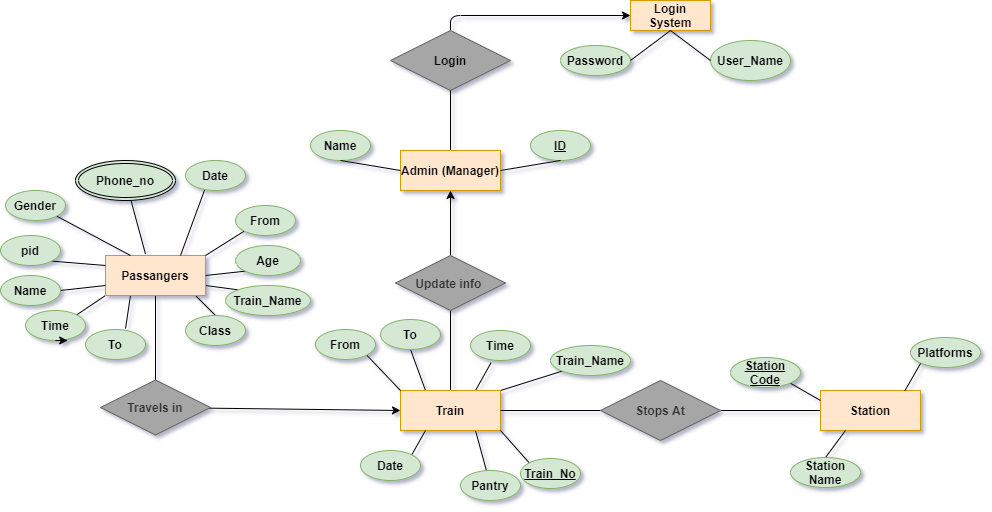
Before: ERdbmsFinal.png, a diagram exported from draw.io (gameboy-stack/TTreserv). Source tidied: cells renumbered, new cells last; positions are measured from the earlier drawing's top-left corner, leaving out a move shared by most shapes.
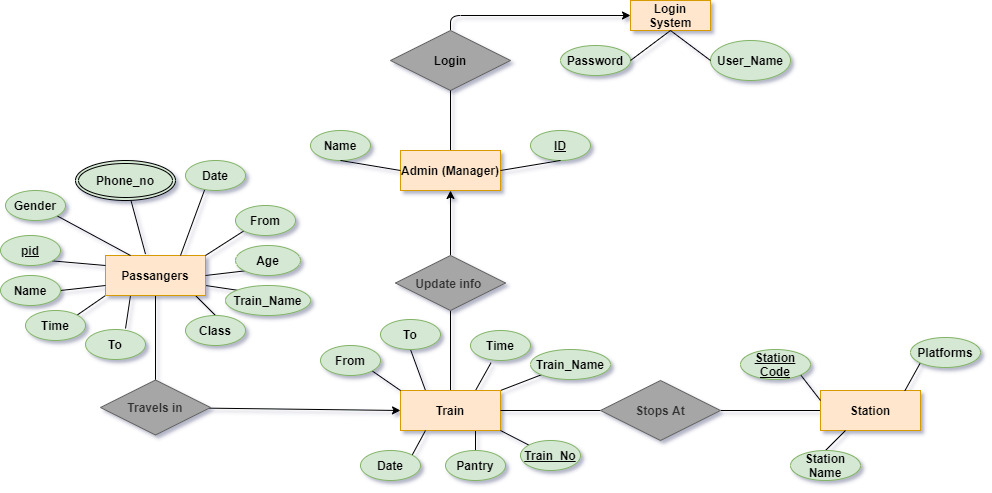
The same file after the commit.

Change to the diagram source:
```diff
@@ -131,7 +131,7 @@
       <mxGeometry relative="1" as="geometry" />
     </mxCell>
     <mxCell id="41" value="&lt;b&gt;From&lt;/b&gt;" style="ellipse;whiteSpace=wrap;html=1;align=center;strokeColor=#82b366;fillColor=#d5e8d4;" parent="1" vertex="1">
-      <mxGeometry x="315" y="329" width="60" height="30" as="geometry" />
+      <mxGeometry x="320" y="345" width="60" height="30" as="geometry" />
     </mxCell>
     <mxCell id="42" style="edgeStyle=none;rounded=0;jettySize=auto;html=1;exitX=1;exitY=0;exitDx=0;exitDy=0;entryX=0.25;entryY=1;entryDx=0;entryDy=0;fontColor=#333333;endArrow=none;" parent="1" edge="1" source="43" target="35">
       <mxGeometry relative="1" as="geometry" />
@@ -143,7 +143,7 @@
       <mxGeometry relative="1" as="geometry" />
     </mxCell>
     <mxCell id="45" value="&lt;b&gt;&lt;u&gt;Train_No&lt;/u&gt;&lt;/b&gt;" style="ellipse;whiteSpace=wrap;html=1;align=center;strokeColor=#82b366;fillColor=#d5e8d4;" parent="1" vertex="1">
-      <mxGeometry x="520" y="458" width="60" height="30" as="geometry" />
+      <mxGeometry x="520" y="440" width="60" height="30" as="geometry" />
     </mxCell>
     <mxCell id="46" style="edgeStyle=none;rounded=0;orthogonalLoop=1;jettySize=auto;html=1;exitX=0.5;exitY=0;exitDx=0;exitDy=0;fontColor=#333333;endArrow=none;" parent="1" edge="1" source="45" target="45">
       <mxGeometry relative="1" as="geometry" />
@@ -155,19 +155,19 @@
       <mxGeometry x="185" y="160" width="60" height="30" as="geometry" />
     </mxCell>
     <mxCell id="49" value="&lt;b&gt;Pantry&lt;/b&gt;" style="ellipse;whiteSpace=wrap;html=1;align=center;strokeColor=#82b366;fillColor=#d5e8d4;" parent="1" vertex="1">
-      <mxGeometry x="460" y="470" width="60" height="30" as="geometry" />
+      <mxGeometry x="445" y="450" width="60" height="30" as="geometry" />
     </mxCell>
     <mxCell id="50" style="edgeStyle=none;rounded=0;jettySize=auto;html=1;exitX=1;exitY=1;exitDx=0;exitDy=0;entryX=0;entryY=0.25;entryDx=0;entryDy=0;fontColor=#333333;endArrow=none;" parent="1" edge="1" source="51" target="39">
       <mxGeometry relative="1" as="geometry" />
     </mxCell>
     <mxCell id="51" value="&lt;b&gt;&lt;u&gt;Station Code&lt;/u&gt;&lt;/b&gt;" style="ellipse;whiteSpace=wrap;html=1;align=center;strokeColor=#82b366;fillColor=#d5e8d4;" parent="1" vertex="1">
-      <mxGeometry x="730" y="357" width="70" height="30" as="geometry" />
+      <mxGeometry x="740" y="349" width="70" height="30" as="geometry" />
     </mxCell>
     <mxCell id="52" style="edgeStyle=none;rounded=0;jettySize=auto;html=1;exitX=0.5;exitY=0;exitDx=0;exitDy=0;entryX=0.25;entryY=1;entryDx=0;entryDy=0;fontColor=#333333;endArrow=none;" parent="1" edge="1" source="53" target="39">
       <mxGeometry relative="1" as="geometry" />
     </mxCell>
     <mxCell id="53" value="&lt;b&gt;Station Name&lt;/b&gt;" style="ellipse;whiteSpace=wrap;html=1;align=center;strokeColor=#82b366;fillColor=#d5e8d4;" parent="1" vertex="1">
-      <mxGeometry x="790" y="457" width="70" height="30" as="geometry" />
+      <mxGeometry x="790" y="450" width="70" height="30" as="geometry" />
     </mxCell>
     <mxCell id="54" style="edgeStyle=none;rounded=0;jettySize=auto;html=1;exitX=0;exitY=1;exitDx=0;exitDy=0;entryX=0.844;entryY=0.005;entryDx=0;entryDy=0;entryPerimeter=0;fontColor=#333333;endArrow=none;" parent="1" edge="1" source="55" target="39">
       <mxGeometry relative="1" as="geometry" />
@@ -209,7 +209,7 @@
       <mxGeometry x="225" y="285" width="85" height="30" as="geometry" />
     </mxCell>
     <mxCell id="66" value="&lt;b&gt;Train_Name&lt;/b&gt;" style="ellipse;whiteSpace=wrap;html=1;align=center;strokeColor=#82b366;fillColor=#d5e8d4;" parent="1" vertex="1">
-      <mxGeometry x="550" y="345" width="80" height="30" as="geometry" />
+      <mxGeometry x="530" y="349" width="80" height="30" as="geometry" />
     </mxCell>
     <mxCell id="67" value="&lt;b&gt;Phone_no&lt;/b&gt;" style="ellipse;shape=doubleEllipse;margin=3;whiteSpace=wrap;html=1;align=center;fillColor=#d5e8d4;strokeWidth=1;" parent="1" vertex="1">
       <mxGeometry x="75" y="160" width="100" height="40" as="geometry" />
@@ -226,13 +226,10 @@
     <mxCell id="71" value="&lt;b&gt;Travels in&lt;/b&gt;" style="shape=rhombus;perimeter=rhombusPerimeter;whiteSpace=wrap;html=1;align=center;strokeColor=#666666;fontColor=#333333;fillColor=#A6A6A6;" parent="1" vertex="1">
       <mxGeometry x="100" y="379.5" width="110" height="55" as="geometry" />
     </mxCell>
-    <mxCell id="72" style="edgeStyle=orthogonalEdgeStyle;rounded=0;orthogonalLoop=1;jettySize=auto;html=1;exitX=0.5;exitY=1;exitDx=0;exitDy=0;entryX=0.703;entryY=0.967;entryDx=0;entryDy=0;entryPerimeter=0;" parent="1" edge="1" source="60" target="60">
-      <mxGeometry relative="1" as="geometry" />
-    </mxCell>
     <mxCell id="73" style="edgeStyle=none;jettySize=auto;html=1;exitX=1;exitY=1;exitDx=0;exitDy=0;entryX=0;entryY=0.25;entryDx=0;entryDy=0;fontColor=#333333;endArrow=none;" parent="1" edge="1" source="74" target="21">
       <mxGeometry relative="1" as="geometry" />
     </mxCell>
-    <mxCell id="74" value="&lt;b&gt;pid&lt;/b&gt;" style="ellipse;whiteSpace=wrap;html=1;align=center;strokeColor=#82b366;fillColor=#d5e8d4;" parent="1" vertex="1">
+    <mxCell id="74" value="&lt;b&gt;&lt;u&gt;pid&lt;/u&gt;&lt;/b&gt;" style="ellipse;whiteSpace=wrap;html=1;align=center;strokeColor=#82b366;fillColor=#d5e8d4;" parent="1" vertex="1">
       <mxGeometry y="235" width="60" height="30" as="geometry" />
     </mxCell>
   </root>
```
